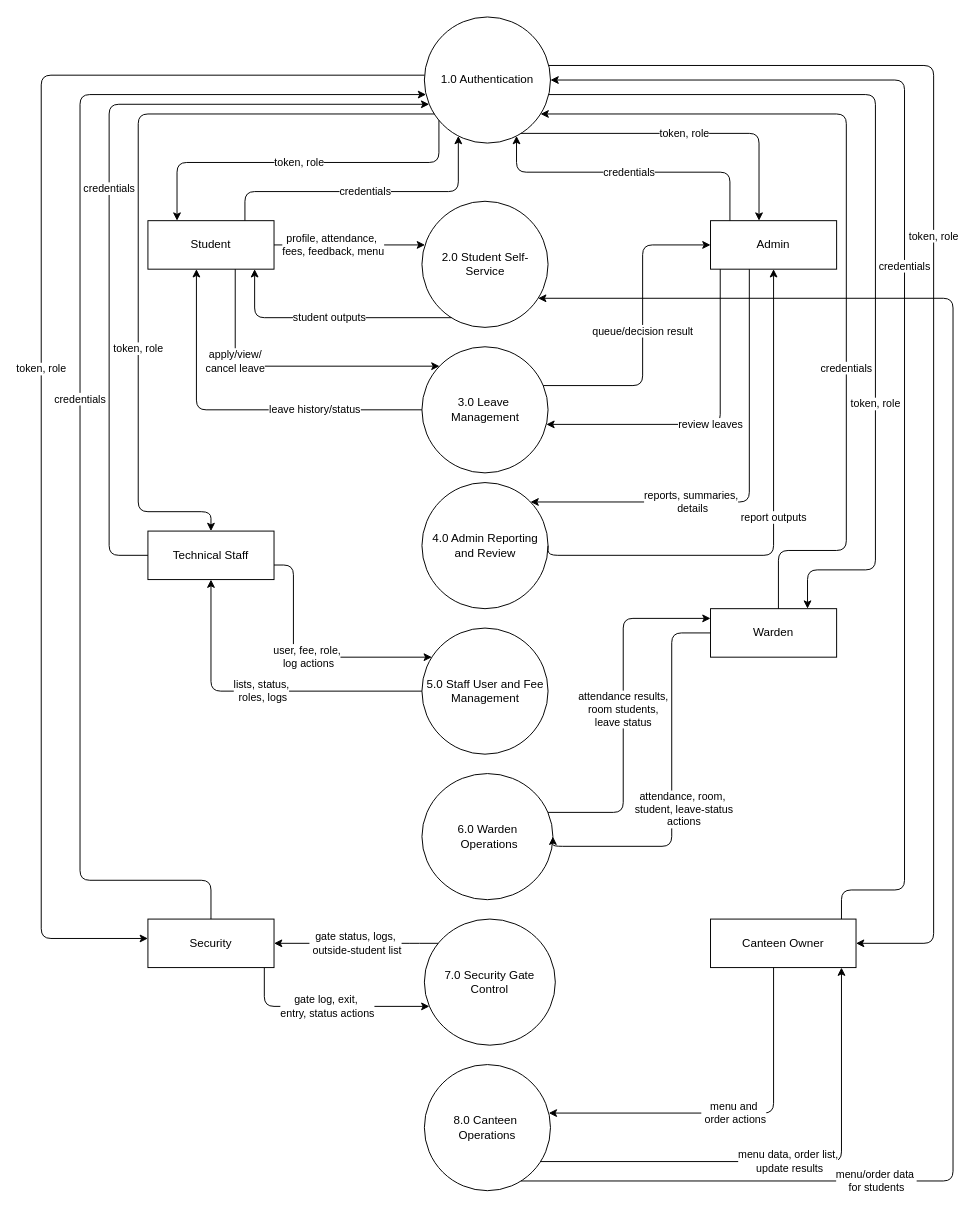
The draw.io diagram page "Level 1 - Main Processes" (2 of 9) of DFD-drawio.drawio in Saurabh-Niwate/Hostel-Management-System, before the edit. Source tidied: cells renumbered, new cells numbered last; positions are measured from the earlier drawing's top-left corner, leaving out a move shared by most shapes. Both pictures are drawn from the tidied source at 97%, with x=0, y=0 at pixel (41, 16).
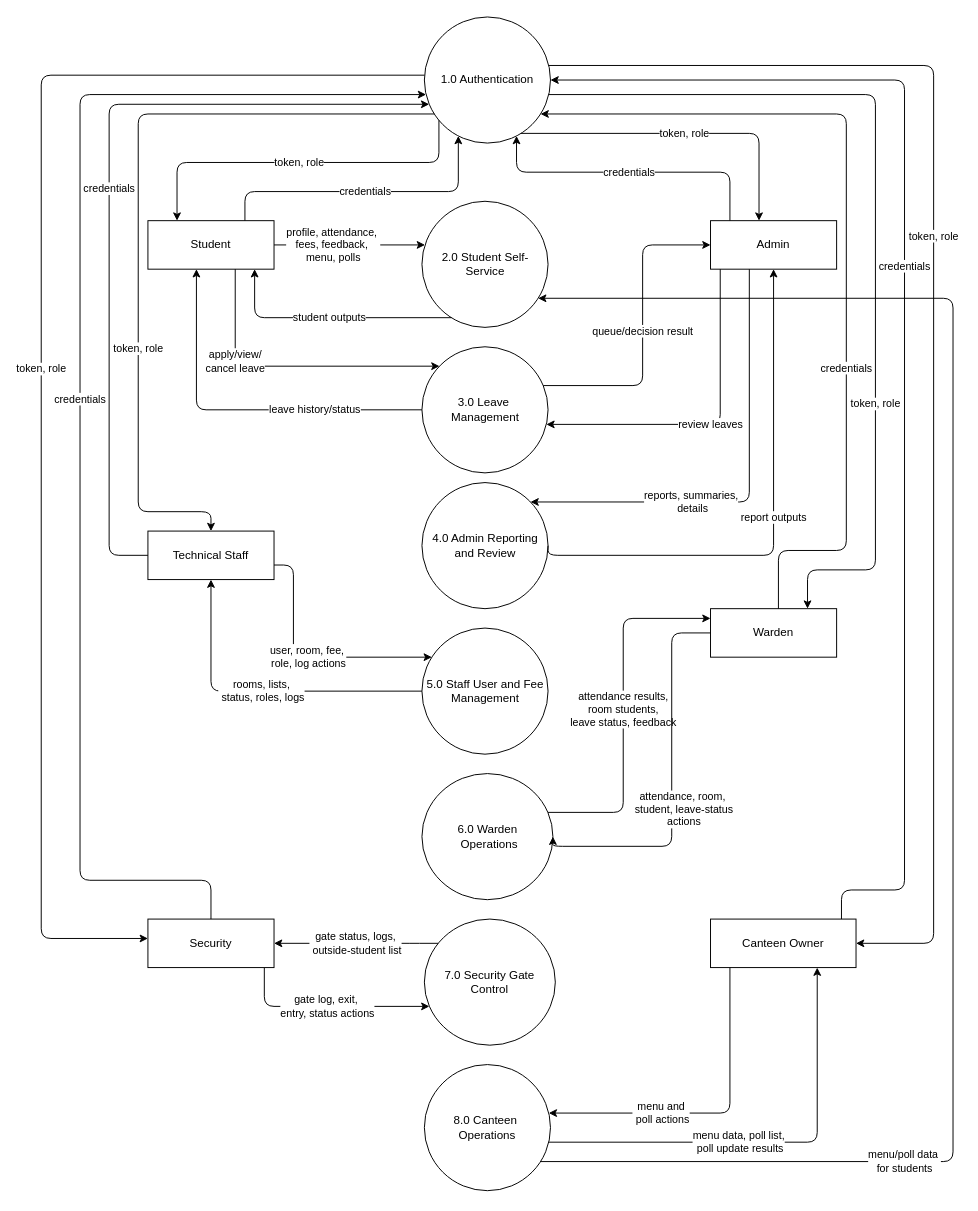
After the change.

The change refers to these unchanged cells:
```xml
<mxCell id="2" value="5.0 Staff User and Fee Management" style="ellipse;whiteSpace=wrap;html=1;" parent="1" vertex="1">
  <mxGeometry x="392.5" y="630" width="130" height="130" as="geometry" />
</mxCell>
<mxCell id="4" value="6.0 Warden&lt;div&gt;&amp;nbsp;Operations&lt;/div&gt;" style="ellipse;whiteSpace=wrap;html=1;" parent="1" vertex="1">
  <mxGeometry x="392.5" y="780" width="135" height="130" as="geometry" />
</mxCell>
<mxCell id="6" value="2.0 Student Self-Service" style="ellipse;whiteSpace=wrap;html=1;" parent="1" vertex="1">
  <mxGeometry x="392.5" y="190" width="130" height="130" as="geometry" />
</mxCell>
<mxCell id="9" value="Student" style="rounded=0;whiteSpace=wrap;html=1;" parent="1" vertex="1">
  <mxGeometry x="110" y="210" width="130" height="50" as="geometry" />
</mxCell>
<mxCell id="11" value="Technical Staff" style="rounded=0;whiteSpace=wrap;html=1;" parent="1" vertex="1">
  <mxGeometry x="110" y="530" width="130" height="50" as="geometry" />
</mxCell>
<mxCell id="26" value="Warden" style="rounded=0;whiteSpace=wrap;html=1;" parent="1" vertex="1">
  <mxGeometry x="690" y="610" width="130" height="50" as="geometry" />
</mxCell>
<mxCell id="28" value="Canteen Owner" style="rounded=0;whiteSpace=wrap;html=1;" parent="1" vertex="1">
  <mxGeometry x="690" y="930" width="150" height="50" as="geometry" />
</mxCell>
<mxCell id="29" value="8.0 Canteen&amp;nbsp;&lt;div&gt;Operations&lt;/div&gt;" style="ellipse;whiteSpace=wrap;html=1;" parent="1" vertex="1">
  <mxGeometry x="395" y="1080" width="130" height="130" as="geometry" />
</mxCell>
```

The edit, as a diff of the source:
```diff
@@
-    <mxCell id="19" value="profile, attendance,&amp;nbsp;&lt;div&gt;fees, feedback, menu&lt;/div&gt;" style="edgeStyle=orthogonalEdgeStyle;html=1;" parent="1" edge="1" source="9" target="6">
+    <mxCell id="19" value="profile, attendance,&amp;nbsp;&lt;div&gt;fees, feedback,&amp;nbsp;&lt;/div&gt;&lt;div&gt;menu, polls&lt;/div&gt;" style="edgeStyle=orthogonalEdgeStyle;html=1;" parent="1" edge="1" source="9" target="6">
       <mxGeometry x="-0.21" relative="1" as="geometry">
         <Array as="points">
           <mxPoint x="440" y="250" />
         </Array>
       </mxGeometry>
     </mxCell>
@@
-    <mxCell id="30" value="user, fee, role,&lt;div&gt;&amp;nbsp;log actions&lt;/div&gt;" style="edgeStyle=orthogonalEdgeStyle;html=1;" parent="1" edge="1" source="11" target="2">
+    <mxCell id="30" value="user, room, fee,&lt;div&gt;&amp;nbsp;role, log actions&lt;/div&gt;" style="edgeStyle=orthogonalEdgeStyle;html=1;" parent="1" edge="1" source="11" target="2">
       <mxGeometry relative="1" as="geometry">
         <Array as="points">
           <mxPoint x="260" y="565" />
           <mxPoint x="260" y="660" />
         </Array>
       </mxGeometry>
     </mxCell>
-    <mxCell id="31" value="lists, status,&lt;div&gt;&amp;nbsp;roles, logs&lt;/div&gt;" style="edgeStyle=orthogonalEdgeStyle;html=1;" parent="1" edge="1" source="2" target="11">
+    <mxCell id="31" value="rooms, lists,&lt;div&gt;&amp;nbsp;status, roles, logs&lt;/div&gt;" style="edgeStyle=orthogonalEdgeStyle;html=1;" parent="1" edge="1" source="2" target="11">
       <mxGeometry relative="1" as="geometry" />
     </mxCell>
@@
-    <mxCell id="36" value="attendance results,&lt;div&gt;&amp;nbsp;room students,&amp;nbsp;&lt;/div&gt;&lt;div&gt;leave status&lt;/div&gt;" style="edgeStyle=orthogonalEdgeStyle;html=1;" parent="1" edge="1" source="4" target="26">
+    <mxCell id="36" value="attendance results,&lt;div&gt;&amp;nbsp;room students,&amp;nbsp;&lt;/div&gt;&lt;div&gt;leave status, feedback&lt;/div&gt;" style="edgeStyle=orthogonalEdgeStyle;html=1;" parent="1" edge="1" source="4" target="26">
       <mxGeometry relative="1" as="geometry">
         <Array as="points">
           <mxPoint x="600" y="820" />
           <mxPoint x="600" y="620" />
         </Array>
       </mxGeometry>
     </mxCell>
@@
-    <mxCell id="40" value="menu and&lt;div&gt;&amp;nbsp;order actions&lt;/div&gt;" style="edgeStyle=orthogonalEdgeStyle;html=1;" parent="1" edge="1" source="28" target="29">
-      <mxGeometry relative="1" as="geometry">
+    <mxCell id="40" value="menu and&lt;div&gt;&amp;nbsp;poll actions&lt;/div&gt;" style="edgeStyle=orthogonalEdgeStyle;html=1;" parent="1" edge="1" source="28" target="29">
+      <mxGeometry x="0.31" relative="1" as="geometry">
         <Array as="points">
-          <mxPoint x="755" y="1130" />
+          <mxPoint x="710" y="1130" />
         </Array>
       </mxGeometry>
     </mxCell>
-    <mxCell id="41" value="menu data, order list,&lt;div&gt;&amp;nbsp;update results&lt;/div&gt;" style="edgeStyle=orthogonalEdgeStyle;html=1;" parent="1" edge="1" source="29" target="28">
-      <mxGeometry relative="1" as="geometry">
+    <mxCell id="41" value="menu data, poll list,&lt;div&gt;&amp;nbsp;poll update results&lt;/div&gt;" style="edgeStyle=orthogonalEdgeStyle;html=1;" parent="1" edge="1" source="29" target="28">
+      <mxGeometry x="-0.14" relative="1" as="geometry">
         <Array as="points">
-          <mxPoint x="825" y="1180" />
+          <mxPoint x="800" y="1160" />
         </Array>
       </mxGeometry>
     </mxCell>
-    <mxCell id="42" value="menu/order data&amp;nbsp;&lt;div&gt;for students&lt;/div&gt;" style="edgeStyle=orthogonalEdgeStyle;html=1;" parent="1" edge="1" source="29" target="6">
-      <mxGeometry x="-0.59" relative="1" as="geometry">
+    <mxCell id="42" value="menu/poll data&amp;nbsp;&lt;div&gt;for students&lt;/div&gt;" style="edgeStyle=orthogonalEdgeStyle;html=1;" parent="1" edge="1" source="29" target="6">
+      <mxGeometry x="-0.57" relative="1" as="geometry">
         <Array as="points">
-          <mxPoint x="940" y="1200" />
+          <mxPoint x="940" y="1180" />
           <mxPoint x="940" y="290" />
         </Array>
       </mxGeometry>
     </mxCell>
```
